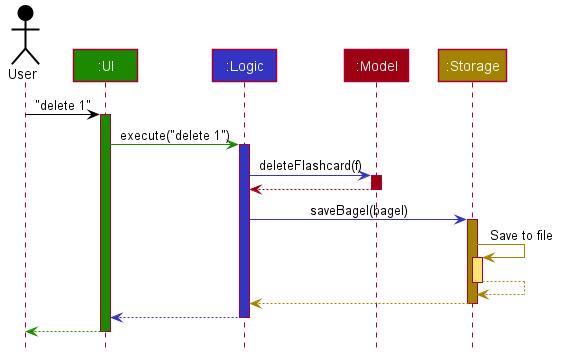
Above: docs/images/ArchitectureSequenceDiagram.png in ysr25/tp (PlantUML), before the change. The source it was exported from:
```plantuml
@startuml








skinparam BackgroundColor #FFFFFFF

skinparam Shadowing false

skinparam Class {
    FontColor #FFFFFF
    BorderThickness 1
    BorderColor #FFFFFF
    StereotypeFontColor #FFFFFF
    FontName Arial
}

skinparam Actor {
    BorderColor #000000
    Color #000000
    FontName Arial
}

skinparam Sequence {
    MessageAlign center
    BoxFontSize 15
    BoxPadding 0
    BoxFontColor #FFFFFF
    FontName Arial
}

skinparam Participant {
    FontColor #FFFFFFF
    Padding 20
}

skinparam MinClassWidth 50
skinparam ParticipantPadding 10
skinparam Shadowing false
skinparam DefaultTextAlignment center
skinparam packageStyle Rectangle

hide footbox
hide members
hide circle

Actor User as user #000000
Participant ":UI" as ui #1D8900
Participant ":Logic" as logic #3333C4
Participant ":Model" as model #9D0012
Participant ":Storage" as storage #A38300

user -[#000000]> ui : "delete 1"
activate ui #1D8900

ui -[#1D8900]> logic : execute("delete 1")
activate logic #3333C4

logic -[#3333C4]> model : deleteFlashcard(f)
activate model #9D0012

model -[#9D0012]-> logic
deactivate model

logic -[#3333C4]> storage : saveBagel(bagel)
activate storage #A38300

storage -[#A38300]> storage : Save to file
activate storage #FFE374
storage --[#A38300]> storage
deactivate storage

storage --[#A38300]> logic
deactivate storage

logic --[#3333C4]> ui
deactivate logic

ui--[#1D8900]> user
deactivate ui
@enduml
```
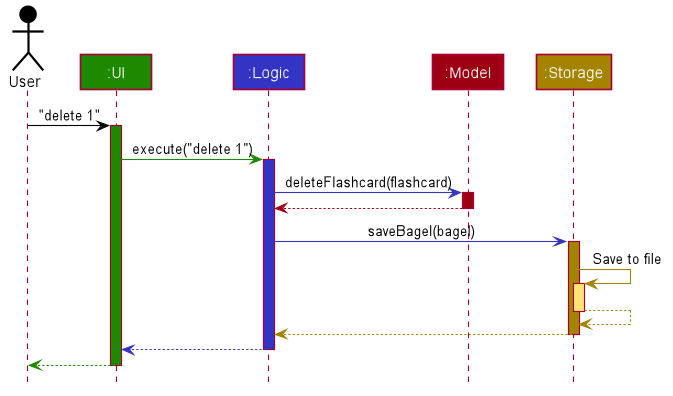
Later version of the same file.

Commit message:
Change variable name in sequence diagram

What changed in the source:
```diff
@@ -60,7 +60,7 @@
 ui -[#1D8900]> logic : execute("delete 1")
 activate logic #3333C4
 
-logic -[#3333C4]> model : deleteFlashcard(f)
+logic -[#3333C4]> model : deleteFlashcard(flashcard)
 activate model #9D0012
 
 model -[#9D0012]-> logic
```
